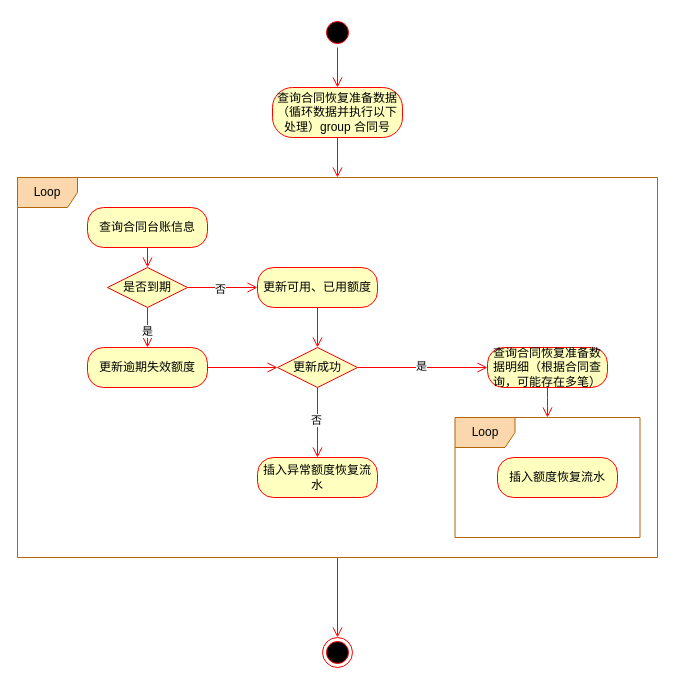
MinDaHu/UML keeps this draw.io diagram as 未命名绘图11111.drawio. Above is the earlier version. Source tidied: cells renumbered, new cells numbered last; positions are measured from the earlier drawing's top-left corner, leaving out a move shared by most shapes. Both pictures are drawn from the tidied source at 100%, with x=0, y=0 at pixel (17, 17).
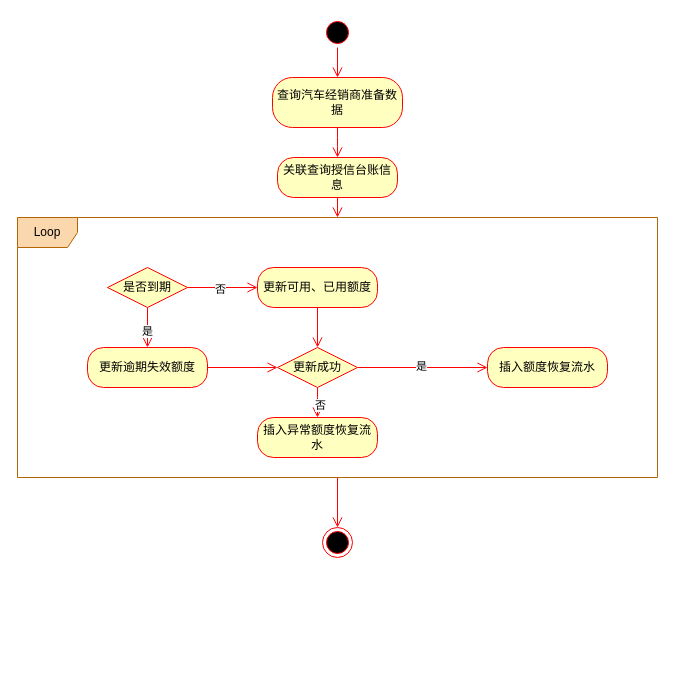
The same page after the edit.

Commit message:
更新未命名绘图11111.drawio

Unchanged cells that the change refers to:
```xml
<mxCell id="12" style="edgeStyle=orthogonalEdgeStyle;jettySize=auto;html=1;endArrow=open;endSize=8;strokeColor=#ff0000;" parent="1" edge="1" source="14" target="17">
  <mxGeometry relative="1" as="geometry" />
</mxCell>
<mxCell id="14" value="更新成功" style="rhombus;whiteSpace=wrap;html=1;fillColor=#ffffc0;strokeColor=#ff0000;" parent="1" vertex="1">
  <mxGeometry x="260" y="330" width="80" height="40" as="geometry" />
</mxCell>
<mxCell id="21" style="edgeStyle=orthogonalEdgeStyle;jettySize=auto;html=1;endArrow=open;endSize=8;strokeColor=#ff0000;" parent="1" edge="1" source="25" target="19">
  <mxGeometry relative="1" as="geometry" />
</mxCell>
<mxCell id="23" style="edgeStyle=orthogonalEdgeStyle;jettySize=auto;html=1;endArrow=open;endSize=8;strokeColor=#ff0000;entryX=0.5;entryY=0;entryDx=0;entryDy=0;" parent="1" edge="1" source="25" target="27">
  <mxGeometry relative="1" as="geometry" />
</mxCell>
<mxCell id="25" value="是否到期" style="rhombus;whiteSpace=wrap;html=1;fillColor=#ffffc0;strokeColor=#ff0000;" parent="1" vertex="1">
  <mxGeometry x="90" y="250" width="80" height="40" as="geometry" />
</mxCell>
```

What changed in the source:
```diff
@@
-    <mxCell id="2" style="ellipse;html=1;shape=startState;fillColor=#000000;strokeColor=#ff0000;" parent="1" vertex="1">
-      <mxGeometry x="305" width="30" height="30" as="geometry" />
-    </mxCell>
-    <mxCell id="3" style="edgeStyle=orthogonalEdgeStyle;html=1;verticalAlign=bottom;endArrow=open;endSize=8;strokeColor=#ff0000;entryX=0.5;entryY=0;entryDx=0;entryDy=0;" parent="1" edge="1" source="2" target="5">
-      <mxGeometry relative="1" as="geometry" />
-    </mxCell>
-    <mxCell id="4" style="edgeStyle=orthogonalEdgeStyle;jettySize=auto;html=1;endArrow=open;endSize=8;strokeColor=#ff0000;" parent="1" edge="1" source="5" target="7">
-      <mxGeometry relative="1" as="geometry" />
-    </mxCell>
-    <mxCell id="5" value="查询合同恢复准备数据（循环数据并执行以下处理）group 合同号" style="rounded=1;whiteSpace=wrap;html=1;arcSize=40;fontColor=#000000;fillColor=#ffffc0;strokeColor=#ff0000;" parent="1" vertex="1">
-      <mxGeometry x="255" y="70" width="130" height="50" as="geometry" />
-    </mxCell>
-    <mxCell id="6" style="edgeStyle=orthogonalEdgeStyle;jettySize=auto;html=1;entryX=0.5;entryY=0;entryDx=0;entryDy=0;endArrow=open;endSize=8;strokeColor=#ff0000;" parent="1" edge="1" source="7" target="20">
-      <mxGeometry relative="1" as="geometry" />
-    </mxCell>
-    <mxCell id="7" value="Loop" style="shape=umlFrame;whiteSpace=wrap;html=1;fillColor=#fad7ac;strokeColor=#b46504;" parent="1" vertex="1">
-      <mxGeometry y="160" width="640" height="380" as="geometry" />
-    </mxCell>
-    <mxCell id="8" style="edgeStyle=orthogonalEdgeStyle;jettySize=auto;html=1;endArrow=open;endSize=8;strokeColor=#ff0000;" parent="1" edge="1" source="9" target="25">
-      <mxGeometry relative="1" as="geometry" />
-    </mxCell>
-    <mxCell id="9" value="查询合同台账信息" style="rounded=1;whiteSpace=wrap;html=1;arcSize=40;fontColor=#000000;fillColor=#ffffc0;strokeColor=#ff0000;" parent="1" vertex="1">
-      <mxGeometry x="70" y="190" width="120" height="40" as="geometry" />
-    </mxCell>
-    <mxCell id="10" style="edgeStyle=orthogonalEdgeStyle;jettySize=auto;html=1;endArrow=open;endSize=8;strokeColor=#ff0000;exitX=1;exitY=0.5;exitDx=0;exitDy=0;" parent="1" edge="1" source="14" target="16">
-      <mxGeometry relative="1" as="geometry" />
-    </mxCell>
-    <mxCell id="11" value="是" style="edgeLabel;html=1;align=center;verticalAlign=middle;" parent="10" vertex="1">
-      <mxGeometry x="-0.03" y="2" relative="1" as="geometry" />
-    </mxCell>
+    <mxCell id="30" style="ellipse;html=1;shape=startState;fillColor=#000000;strokeColor=#ff0000;" parent="1" vertex="1">
+      <mxGeometry x="305" width="30" height="30" as="geometry" />
+    </mxCell>
+    <mxCell id="31" style="edgeStyle=orthogonalEdgeStyle;html=1;verticalAlign=bottom;endArrow=open;endSize=8;strokeColor=#ff0000;entryX=0.5;entryY=0;entryDx=0;entryDy=0;" parent="1" edge="1" source="30" target="34">
+      <mxGeometry relative="1" as="geometry" />
+    </mxCell>
+    <mxCell id="32" style="edgeStyle=orthogonalEdgeStyle;jettySize=auto;html=1;endArrow=open;endSize=8;strokeColor=#ff0000;exitX=0.5;exitY=1;exitDx=0;exitDy=0;exitPerimeter=0;" parent="1" edge="1" source="37" target="36">
+      <mxGeometry relative="1" as="geometry" />
+    </mxCell>
+    <mxCell id="33" style="edgeStyle=orthogonalEdgeStyle;jettySize=auto;html=1;endArrow=open;endSize=8;strokeColor=#ff0000;" parent="1" edge="1" source="34" target="37">
+      <mxGeometry relative="1" as="geometry" />
+    </mxCell>
+    <mxCell id="34" value="查询汽车经销商准备数据" style="rounded=1;whiteSpace=wrap;html=1;arcSize=40;fontColor=#000000;fillColor=#ffffc0;strokeColor=#ff0000;" parent="1" vertex="1">
+      <mxGeometry x="255" y="60" width="130" height="50" as="geometry" />
+    </mxCell>
+    <mxCell id="35" style="edgeStyle=orthogonalEdgeStyle;jettySize=auto;html=1;entryX=0.5;entryY=0;entryDx=0;entryDy=0;endArrow=open;endSize=8;strokeColor=#ff0000;" parent="1" edge="1" source="36" target="41">
+      <mxGeometry relative="1" as="geometry" />
+    </mxCell>
+    <mxCell id="36" value="Loop" style="shape=umlFrame;whiteSpace=wrap;html=1;fillColor=#fad7ac;strokeColor=#b46504;" parent="1" vertex="1">
+      <mxGeometry y="200" width="640" height="260" as="geometry" />
+    </mxCell>
+    <mxCell id="37" value="关联查询授信台账信息" style="rounded=1;whiteSpace=wrap;html=1;arcSize=40;fontColor=#000000;fillColor=#ffffc0;strokeColor=#ff0000;" parent="1" vertex="1">
+      <mxGeometry x="260" y="140" width="120" height="40" as="geometry" />
+    </mxCell>
+    <mxCell id="38" style="edgeStyle=orthogonalEdgeStyle;jettySize=auto;html=1;endArrow=open;endSize=8;strokeColor=#ff0000;exitX=1;exitY=0.5;exitDx=0;exitDy=0;" parent="1" edge="1" source="14" target="28">
+      <mxGeometry relative="1" as="geometry" />
+    </mxCell>
+    <mxCell id="39" value="是" style="edgeLabel;html=1;align=center;verticalAlign=middle;" parent="38" vertex="1">
+      <mxGeometry x="-0.03" y="2" relative="1" as="geometry" />
+    </mxCell>
@@
-    <mxCell id="13" value="否" style="edgeLabel;html=1;align=center;verticalAlign=middle;" parent="12" vertex="1">
-      <mxGeometry x="-0.08" y="-2" relative="1" as="geometry" />
-    </mxCell>
+    <mxCell id="40" value="否" style="edgeLabel;html=1;align=center;verticalAlign=middle;" parent="12" vertex="1">
+      <mxGeometry x="-0.08" y="-2" relative="1" as="geometry" />
+    </mxCell>
@@
-    <mxCell id="15" style="edgeStyle=orthogonalEdgeStyle;jettySize=auto;html=1;endArrow=open;endSize=8;strokeColor=#ff0000;" parent="1" edge="1" source="16" target="29">
-      <mxGeometry relative="1" as="geometry" />
-    </mxCell>
-    <mxCell id="16" value="查询合同恢复准备数据明细（根据合同查询，可能存在多笔）" style="rounded=1;whiteSpace=wrap;html=1;arcSize=40;fontColor=#000000;fillColor=#ffffc0;strokeColor=#ff0000;" parent="1" vertex="1">
-      <mxGeometry x="470" y="330" width="120" height="40" as="geometry" />
-    </mxCell>
+    <mxCell id="28" value="插入额度恢复流水" style="rounded=1;whiteSpace=wrap;html=1;arcSize=40;fontColor=#000000;fillColor=#ffffc0;strokeColor=#ff0000;" parent="1" vertex="1">
+      <mxGeometry x="470" y="330" width="120" height="40" as="geometry" />
+    </mxCell>
     <mxCell id="17" value="插入异常额度恢复流水" style="rounded=1;whiteSpace=wrap;html=1;arcSize=40;fontColor=#000000;fillColor=#ffffc0;strokeColor=#ff0000;" parent="1" vertex="1">
-      <mxGeometry x="240" y="440" width="120" height="40" as="geometry" />
+      <mxGeometry x="240" y="400" width="120" height="40" as="geometry" />
     </mxCell>
@@
-    <mxCell id="20" style="ellipse;html=1;shape=endState;fillColor=#000000;strokeColor=#ff0000;" parent="1" vertex="1">
-      <mxGeometry x="305" y="620" width="30" height="30" as="geometry" />
-    </mxCell>
+    <mxCell id="41" style="ellipse;html=1;shape=endState;fillColor=#000000;strokeColor=#ff0000;" parent="1" vertex="1">
+      <mxGeometry x="305" y="510" width="30" height="30" as="geometry" />
+    </mxCell>
@@
-    <mxCell id="22" value="否" style="edgeLabel;html=1;align=center;verticalAlign=middle;" parent="21" vertex="1">
-      <mxGeometry x="-0.1" y="-1" relative="1" as="geometry" />
-    </mxCell>
+    <mxCell id="42" value="否" style="edgeLabel;html=1;align=center;verticalAlign=middle;" parent="21" vertex="1">
+      <mxGeometry x="-0.1" y="-1" relative="1" as="geometry" />
+    </mxCell>
@@
-    <mxCell id="24" value="是" style="edgeLabel;html=1;align=center;verticalAlign=middle;" parent="23" vertex="1">
-      <mxGeometry x="0.14" y="-1" relative="1" as="geometry" />
-    </mxCell>
+    <mxCell id="43" value="是" style="edgeLabel;html=1;align=center;verticalAlign=middle;" parent="23" vertex="1">
+      <mxGeometry x="0.14" y="-1" relative="1" as="geometry" />
+    </mxCell>
@@
-    <mxCell id="28" value="插入额度恢复流水" style="rounded=1;whiteSpace=wrap;html=1;arcSize=40;fontColor=#000000;fillColor=#ffffc0;strokeColor=#ff0000;" parent="1" vertex="1">
-      <mxGeometry x="480" y="440" width="120" height="40" as="geometry" />
-    </mxCell>
-    <mxCell id="29" value="Loop" style="shape=umlFrame;whiteSpace=wrap;html=1;fillColor=#fad7ac;strokeColor=#b46504;" parent="1" vertex="1">
-      <mxGeometry x="437.5" y="400" width="185" height="120" as="geometry" />
-    </mxCell>
```
